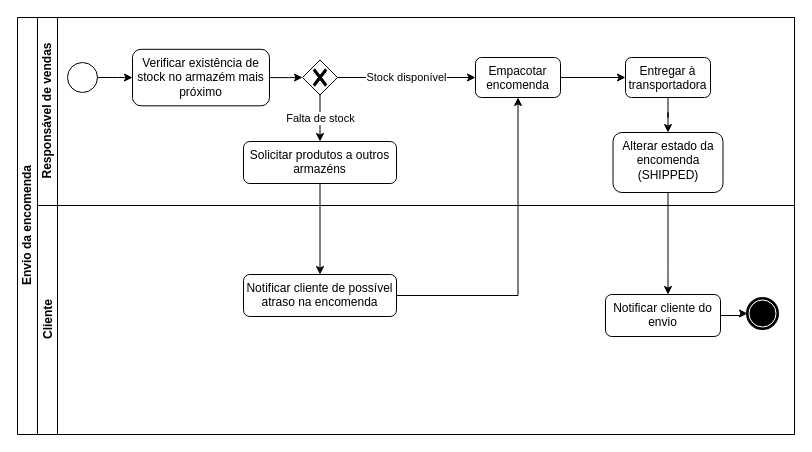
The draw.io diagram page "Envio" (3 of 4) of docs/bpmn.drawio in joaobraganca555/GlobalTech_ETL, before the edit. Source tidied: cells renumbered, new cells numbered last; positions are measured from the earlier drawing's top-left corner, leaving out a move shared by most shapes. Both pictures are drawn from the tidied source at 100%, with x=0, y=0 at pixel (17, 17).
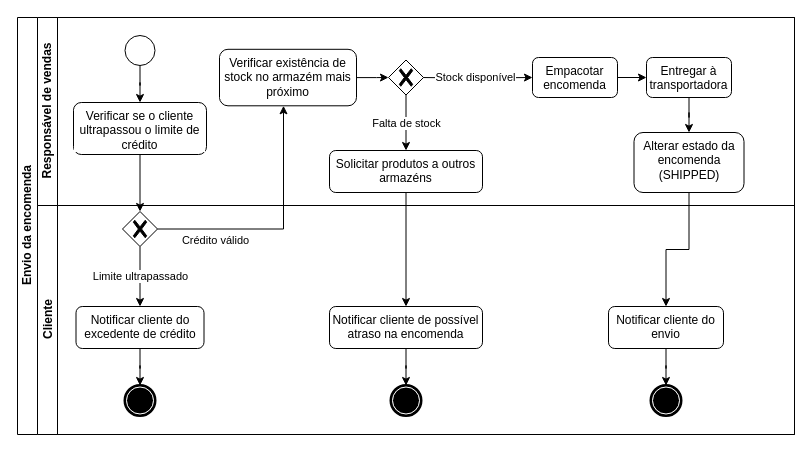
Above is the later version.

Unchanged cells that the change refers to:
```xml
<mxCell id="2" value="Envio da encomenda" style="swimlane;html=1;horizontal=0;startSize=20;" parent="1" vertex="1">
  <mxGeometry width="777" height="417" as="geometry" />
</mxCell>
<mxCell id="6" value="Responsável de vendas" style="swimlane;html=1;startSize=20;horizontal=0;" parent="2" vertex="1">
  <mxGeometry x="20" width="757" height="188" as="geometry" />
</mxCell>
<mxCell id="23" value="Cliente" style="swimlane;html=1;startSize=20;horizontal=0;" parent="2" vertex="1">
  <mxGeometry x="20" y="188" width="757" height="229" as="geometry" />
</mxCell>
```

Change to the diagram source:
```diff
@@
     <mxCell id="5" style="edgeStyle=orthogonalEdgeStyle;rounded=0;orthogonalLoop=1;jettySize=auto;html=1;dashed=1;endArrow=none;endFill=0;" parent="2" edge="1">
       <mxGeometry relative="1" as="geometry">
-        <mxPoint x="222" y="88.2" as="sourcePoint" />
-        <mxPoint x="222" y="88.2" as="targetPoint" />
+        <mxPoint x="250" y="88.2" as="sourcePoint" />
+        <mxPoint x="250" y="88.2" as="targetPoint" />
       </mxGeometry>
     </mxCell>
+    <mxCell id="21" style="edgeStyle=orthogonalEdgeStyle;rounded=0;jettySize=auto;html=1;" parent="2" edge="1" source="14" target="27">
+      <mxGeometry relative="1" as="geometry" />
+    </mxCell>
+    <mxCell id="22" style="edgeStyle=orthogonalEdgeStyle;rounded=0;jettySize=auto;html=1;" parent="2" edge="1" source="20" target="28">
+      <mxGeometry relative="1" as="geometry" />
+    </mxCell>
@@
-    <mxCell id="8" style="edgeStyle=orthogonalEdgeStyle;rounded=0;jettySize=auto;html=1;" parent="6" edge="1" source="9" target="16">
-      <mxGeometry relative="1" as="geometry" />
-    </mxCell>
+    <mxCell id="30" style="edgeStyle=orthogonalEdgeStyle;rounded=0;jettySize=auto;html=1;" parent="6" edge="1" source="9" target="31">
+      <mxGeometry relative="1" as="geometry" />
+    </mxCell>
     <mxCell id="9" style="points=[[0.145,0.145,0],[0.5,0,0],[0.855,0.145,0],[1,0.5,0],[0.855,0.855,0],[0.5,1,0],[0.145,0.855,0],[0,0.5,0]];shape=mxgraph.bpmn.event;html=1;verticalLabelPosition=bottom;labelBackgroundColor=#ffffff;verticalAlign=top;align=center;perimeter=ellipsePerimeter;outlineConnect=0;outline=standard;symbol=general;" parent="6" vertex="1">
-      <mxGeometry x="30" y="45" width="30" height="30" as="geometry" />
+      <mxGeometry x="87.5" y="18" width="30" height="30" as="geometry" />
     </mxCell>
     <mxCell id="10" value="Empacotar encomenda" style="rounded=1;whiteSpace=wrap;html=1;verticalAlign=top;labelBackgroundColor=#ffffff;" parent="6" vertex="1">
-      <mxGeometry x="438" y="40" width="85" height="40" as="geometry" />
+      <mxGeometry x="495" y="40" width="85" height="40" as="geometry" />
     </mxCell>
@@
     <mxCell id="12" value="Entregar&amp;nbsp;à transportadora" style="rounded=1;whiteSpace=wrap;html=1;verticalAlign=top;labelBackgroundColor=#ffffff;" parent="6" vertex="1">
-      <mxGeometry x="588" y="40" width="85" height="40" as="geometry" />
+      <mxGeometry x="609" y="40" width="85" height="40" as="geometry" />
     </mxCell>
@@
     <mxCell id="14" value="Alterar estado da encomenda (SHIPPED)" style="rounded=1;whiteSpace=wrap;html=1;verticalAlign=top;labelBackgroundColor=#ffffff;" parent="6" vertex="1">
-      <mxGeometry x="575.5" y="115" width="110" height="60" as="geometry" />
+      <mxGeometry x="596.5" y="115" width="110" height="60" as="geometry" />
     </mxCell>
@@
     <mxCell id="16" value="Verificar existência de stock no armazém mais próximo" style="rounded=1;whiteSpace=wrap;html=1;verticalAlign=top;labelBackgroundColor=#ffffff;" parent="6" vertex="1">
-      <mxGeometry x="95" y="31.8" width="137" height="56.5" as="geometry" />
+      <mxGeometry x="182" y="31.8" width="137" height="56.5" as="geometry" />
     </mxCell>
-    <mxCell id="17" value="Stock disponível" style="edgeStyle=orthogonalEdgeStyle;rounded=0;jettySize=auto;html=1;" parent="6" edge="1" source="19" target="10">
-      <mxGeometry relative="1" as="geometry" />
+    <mxCell id="17" value="Stock disponível" style="edgeStyle=orthogonalEdgeStyle;rounded=0;jettySize=auto;html=1;" parent="6" edge="1" target="10">
+      <mxGeometry relative="1" as="geometry">
+        <mxPoint x="381" y="60" as="sourcePoint" />
+      </mxGeometry>
     </mxCell>
@@
     <mxCell id="19" style="points=[[0.25,0.25,0],[0.5,0,0],[0.75,0.25,0],[1,0.5,0],[0.75,0.75,0],[0.5,1,0],[0.25,0.75,0],[0,0.5,0]];shape=mxgraph.bpmn.gateway2;html=1;verticalLabelPosition=bottom;labelBackgroundColor=#ffffff;verticalAlign=top;align=center;perimeter=rhombusPerimeter;outlineConnect=0;outline=none;symbol=none;gwType=exclusive;" parent="6" vertex="1">
-      <mxGeometry x="265" y="42.5" width="35" height="35" as="geometry" />
+      <mxGeometry x="351" y="42.5" width="35" height="35" as="geometry" />
     </mxCell>
     <mxCell id="20" value="Solicitar produtos a outros armazéns" style="rounded=1;whiteSpace=wrap;html=1;verticalAlign=top;labelBackgroundColor=#ffffff;" parent="6" vertex="1">
-      <mxGeometry x="206" y="124" width="153" height="42" as="geometry" />
+      <mxGeometry x="292" y="133" width="153" height="42" as="geometry" />
     </mxCell>
-    <mxCell id="21" style="edgeStyle=orthogonalEdgeStyle;rounded=0;jettySize=auto;html=1;" parent="2" edge="1" source="14" target="27">
-      <mxGeometry relative="1" as="geometry">
-        <Array as="points">
-          <mxPoint x="651" y="249" />
-          <mxPoint x="651" y="249" />
-        </Array>
-      </mxGeometry>
-    </mxCell>
-    <mxCell id="22" style="edgeStyle=orthogonalEdgeStyle;rounded=0;jettySize=auto;html=1;" parent="2" edge="1" source="20" target="28">
-      <mxGeometry relative="1" as="geometry" />
-    </mxCell>
+    <mxCell id="31" value="Verificar se o cliente ultrapassou o limite de crédito" style="rounded=1;whiteSpace=wrap;html=1;verticalAlign=top;labelBackgroundColor=#ffffff;" parent="6" vertex="1">
+      <mxGeometry x="36" y="85" width="133" height="52" as="geometry" />
+    </mxCell>
+    <mxCell id="32" style="edgeStyle=orthogonalEdgeStyle;rounded=0;jettySize=auto;html=1;" parent="2" edge="1" source="31" target="37">
+      <mxGeometry relative="1" as="geometry" />
+    </mxCell>
+    <mxCell id="33" style="edgeStyle=orthogonalEdgeStyle;rounded=0;jettySize=auto;html=1;" parent="2" edge="1" source="37" target="16">
+      <mxGeometry relative="1" as="geometry">
+        <Array as="points">
+          <mxPoint x="266" y="211" />
+        </Array>
+      </mxGeometry>
+    </mxCell>
+    <mxCell id="34" value="Crédito válido" style="edgeLabel;html=1;align=center;verticalAlign=middle;" parent="33" vertex="1">
+      <mxGeometry x="-0.59" y="-1" relative="1" as="geometry">
+        <mxPoint x="6" y="10" as="offset" />
+      </mxGeometry>
+    </mxCell>
@@
     <mxCell id="25" style="points=[[0.145,0.145,0],[0.5,0,0],[0.855,0.145,0],[1,0.5,0],[0.855,0.855,0],[0.5,1,0],[0.145,0.855,0],[0,0.5,0]];shape=mxgraph.bpmn.event;html=1;verticalLabelPosition=bottom;labelBackgroundColor=#ffffff;verticalAlign=top;align=center;perimeter=ellipsePerimeter;outlineConnect=0;outline=end;symbol=terminate;" parent="23" vertex="1">
-      <mxGeometry x="710" y="93" width="30" height="30" as="geometry" />
+      <mxGeometry x="613.5" y="180" width="30" height="30" as="geometry" />
     </mxCell>
@@
     <mxCell id="27" value="Notificar cliente do envio" style="rounded=1;whiteSpace=wrap;html=1;verticalAlign=top;labelBackgroundColor=#ffffff;" parent="23" vertex="1">
-      <mxGeometry x="568" y="89" width="115" height="42" as="geometry" />
+      <mxGeometry x="571" y="101" width="115" height="42" as="geometry" />
     </mxCell>
+    <mxCell id="35" style="edgeStyle=orthogonalEdgeStyle;rounded=0;jettySize=auto;html=1;" parent="23" edge="1" source="28" target="36">
+      <mxGeometry relative="1" as="geometry" />
+    </mxCell>
     <mxCell id="28" value="Notificar cliente de possível atraso na encomenda" style="rounded=1;whiteSpace=wrap;html=1;verticalAlign=top;labelBackgroundColor=#ffffff;" parent="23" vertex="1">
-      <mxGeometry x="206" y="69" width="153" height="42" as="geometry" />
+      <mxGeometry x="292" y="101" width="153" height="42" as="geometry" />
     </mxCell>
-    <mxCell id="29" style="edgeStyle=orthogonalEdgeStyle;rounded=0;jettySize=auto;html=1;" parent="2" edge="1" source="28" target="10">
-      <mxGeometry relative="1" as="geometry" />
-    </mxCell>
+    <mxCell id="36" style="points=[[0.145,0.145,0],[0.5,0,0],[0.855,0.145,0],[1,0.5,0],[0.855,0.855,0],[0.5,1,0],[0.145,0.855,0],[0,0.5,0]];shape=mxgraph.bpmn.event;html=1;verticalLabelPosition=bottom;labelBackgroundColor=#ffffff;verticalAlign=top;align=center;perimeter=ellipsePerimeter;outlineConnect=0;outline=end;symbol=terminate;" parent="23" vertex="1">
+      <mxGeometry x="353.5" y="180" width="30" height="30" as="geometry" />
+    </mxCell>
+    <mxCell id="37" style="points=[[0.25,0.25,0],[0.5,0,0],[0.75,0.25,0],[1,0.5,0],[0.75,0.75,0],[0.5,1,0],[0.25,0.75,0],[0,0.5,0]];shape=mxgraph.bpmn.gateway2;html=1;verticalLabelPosition=bottom;labelBackgroundColor=#ffffff;verticalAlign=top;align=center;perimeter=rhombusPerimeter;outlineConnect=0;outline=none;symbol=none;gwType=exclusive;" parent="23" vertex="1">
+      <mxGeometry x="85" y="6" width="35" height="35" as="geometry" />
+    </mxCell>
+    <mxCell id="38" value="Limite ultrapassado" style="edgeStyle=orthogonalEdgeStyle;rounded=0;jettySize=auto;html=1;" parent="23" edge="1" source="37" target="40">
+      <mxGeometry relative="1" as="geometry" />
+    </mxCell>
+    <mxCell id="39" style="edgeStyle=orthogonalEdgeStyle;rounded=0;jettySize=auto;html=1;" parent="23" edge="1" source="40" target="41">
+      <mxGeometry relative="1" as="geometry" />
+    </mxCell>
+    <mxCell id="40" value="Notificar cliente do excedente de crédito" style="rounded=1;whiteSpace=wrap;html=1;verticalAlign=top;labelBackgroundColor=#ffffff;" parent="23" vertex="1">
+      <mxGeometry x="38.5" y="101" width="128" height="42" as="geometry" />
+    </mxCell>
+    <mxCell id="41" style="points=[[0.145,0.145,0],[0.5,0,0],[0.855,0.145,0],[1,0.5,0],[0.855,0.855,0],[0.5,1,0],[0.145,0.855,0],[0,0.5,0]];shape=mxgraph.bpmn.event;html=1;verticalLabelPosition=bottom;labelBackgroundColor=#ffffff;verticalAlign=top;align=center;perimeter=ellipsePerimeter;outlineConnect=0;outline=end;symbol=terminate;" parent="23" vertex="1">
+      <mxGeometry x="87.5" y="180" width="30" height="30" as="geometry" />
+    </mxCell>
```
